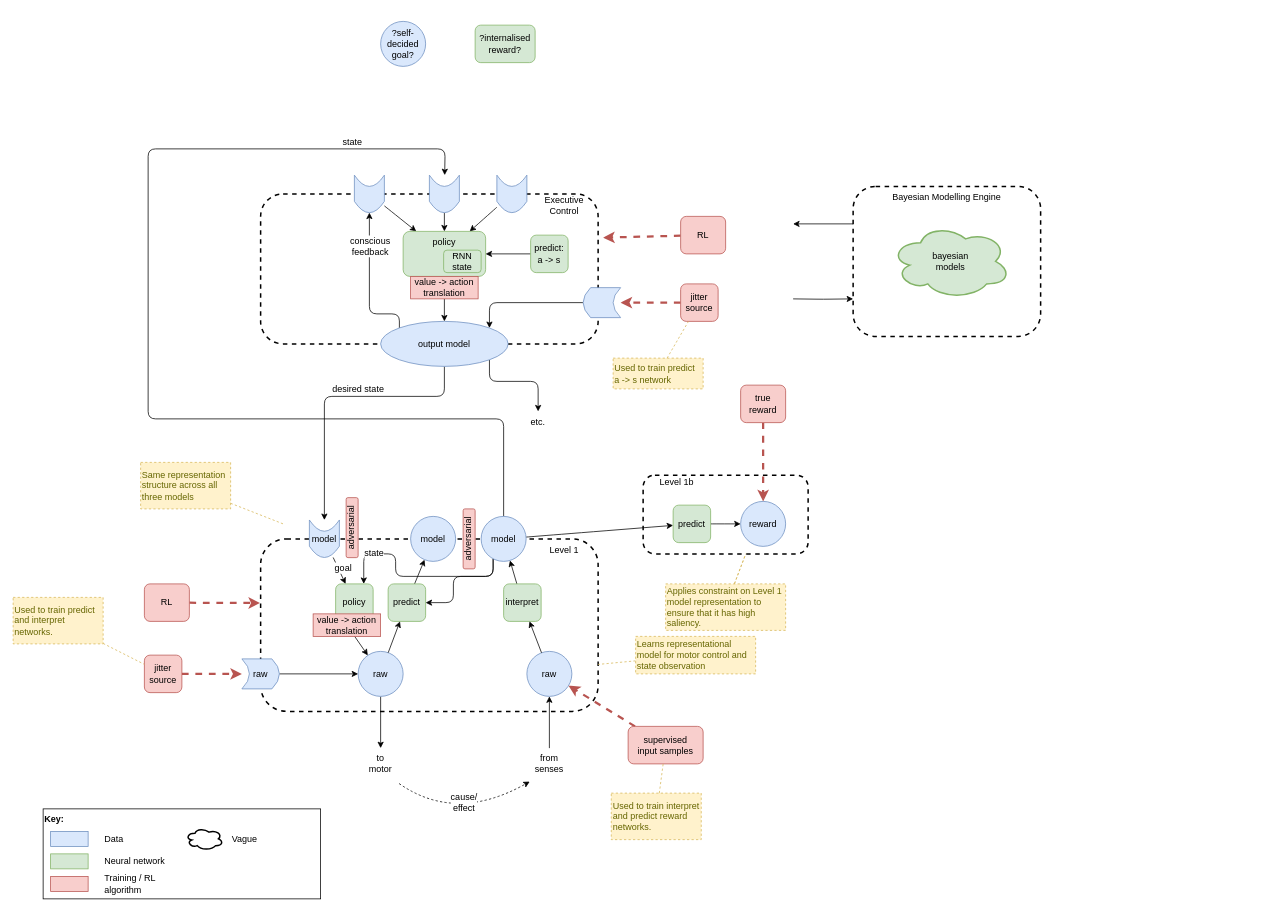
malcolmlett/malcolmlett.github.io keeps this draw.io diagram as page "complete" (1 of 4) of files/An-agi-architecture-v1.drawio. Above is the earlier version. Source tidied: cells renumbered, new cells numbered last; positions are measured from the earlier drawing's top-left corner, leaving out a move shared by most shapes. Both pictures are drawn from the tidied source at 75%, with x=0, y=0 at pixel (13, 21).
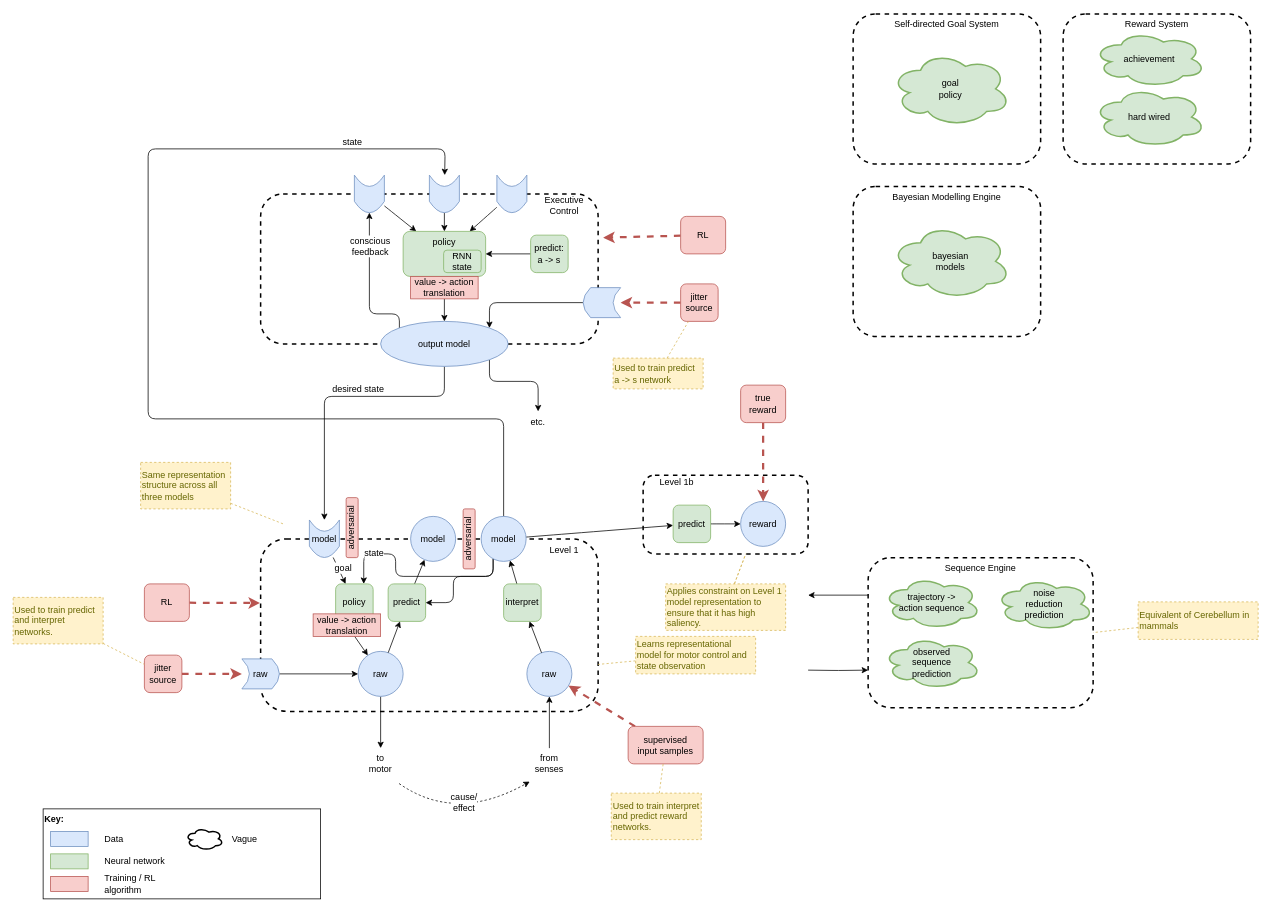
The same page after the edit.

Commit message (it also covers changes not shown here):
First section building up AGI architecture

Unchanged cells that the change refers to:
```xml
<mxCell id="99" value="Bayesian Modelling Engine" style="rounded=1;whiteSpace=wrap;html=1;fillColor=none;dashed=1;strokeWidth=2;align=center;horizontal=1;verticalAlign=top;" parent="1" vertex="1">
  <mxGeometry x="1120" y="220" width="250" height="200" as="geometry" />
</mxCell>
```

Diff of the diagram source:
```diff
@@
-    <mxCell id="89" value="?self-decided goal?" style="ellipse;whiteSpace=wrap;html=1;rounded=1;strokeWidth=1;fillColor=#dae8fc;strokeColor=#6c8ebf;" parent="1" vertex="1">
-      <mxGeometry x="490" width="60" height="60" as="geometry" />
-    </mxCell>
@@
-    <mxCell id="91" value="?internalised&lt;br&gt;reward?" style="rounded=1;whiteSpace=wrap;html=1;fillColor=#d5e8d4;strokeColor=#82b366;" parent="1" vertex="1">
-      <mxGeometry x="616" y="5" width="80" height="50" as="geometry" />
-    </mxCell>
@@
-    <mxCell id="98" style="edgeStyle=orthogonalEdgeStyle;rounded=1;jettySize=auto;html=1;endArrow=classic;endFill=1;strokeWidth=1;fontSize=12;fontColor=#000000;exitX=0;exitY=0.25;exitDx=0;exitDy=0;" parent="1" edge="1" source="99">
-      <mxGeometry relative="1" as="geometry">
-        <mxPoint x="1040" y="270" as="targetPoint" />
-      </mxGeometry>
-    </mxCell>
@@
-    <mxCell id="103" style="edgeStyle=orthogonalEdgeStyle;rounded=1;jettySize=auto;html=1;endArrow=classic;endFill=1;strokeWidth=1;fontSize=12;fontColor=#000000;exitX=0;exitY=0.75;exitDx=0;exitDy=0;entryX=0;entryY=0.75;entryDx=0;entryDy=0;" parent="1" edge="1" target="99">
-      <mxGeometry relative="1" as="geometry">
-        <mxPoint x="1040" y="370" as="sourcePoint" />
-      </mxGeometry>
-    </mxCell>
+    <mxCell id="104" style="edgeStyle=orthogonalEdgeStyle;rounded=1;jettySize=auto;html=1;endArrow=classic;endFill=1;strokeWidth=1;fontSize=12;fontColor=#000000;exitX=0;exitY=0.25;exitDx=0;exitDy=0;" parent="1" edge="1" source="105">
+      <mxGeometry relative="1" as="geometry">
+        <mxPoint x="1060" y="765" as="targetPoint" />
+      </mxGeometry>
+    </mxCell>
+    <mxCell id="105" value="Sequence Engine" style="rounded=1;whiteSpace=wrap;html=1;fillColor=none;dashed=1;strokeWidth=2;align=center;horizontal=1;verticalAlign=top;" parent="1" vertex="1">
+      <mxGeometry x="1140" y="715" width="300" height="200" as="geometry" />
+    </mxCell>
+    <mxCell id="106" value="trajectory -&amp;gt;&lt;br&gt;action sequence" style="ellipse;shape=cloud;whiteSpace=wrap;html=1;rounded=0;labelBackgroundColor=none;sketch=0;strokeColor=#82b366;strokeWidth=2;fillColor=#d5e8d4;fontSize=12;align=center;" parent="1" vertex="1">
+      <mxGeometry x="1160" y="740" width="130" height="70" as="geometry" />
+    </mxCell>
+    <mxCell id="107" style="edgeStyle=orthogonalEdgeStyle;rounded=1;jettySize=auto;html=1;endArrow=classic;endFill=1;strokeWidth=1;fontSize=12;fontColor=#000000;exitX=0;exitY=0.75;exitDx=0;exitDy=0;entryX=0;entryY=0.75;entryDx=0;entryDy=0;" parent="1" edge="1" target="105">
+      <mxGeometry relative="1" as="geometry">
+        <mxPoint x="1060" y="865" as="sourcePoint" />
+      </mxGeometry>
+    </mxCell>
+    <mxCell id="108" value="observed&lt;br&gt;sequence&lt;br&gt;prediction" style="ellipse;shape=cloud;whiteSpace=wrap;html=1;rounded=0;labelBackgroundColor=none;sketch=0;strokeColor=#82b366;strokeWidth=2;fillColor=#d5e8d4;fontSize=12;align=center;" parent="1" vertex="1">
+      <mxGeometry x="1160" y="820" width="130" height="70" as="geometry" />
+    </mxCell>
+    <mxCell id="109" value="noise&lt;br&gt;reduction&lt;br&gt;prediction" style="ellipse;shape=cloud;whiteSpace=wrap;html=1;rounded=0;labelBackgroundColor=none;sketch=0;strokeColor=#82b366;strokeWidth=2;fillColor=#d5e8d4;fontSize=12;align=center;" parent="1" vertex="1">
+      <mxGeometry x="1310" y="742" width="130" height="70" as="geometry" />
+    </mxCell>
+    <mxCell id="110" style="rounded=0;jumpStyle=arc;jettySize=auto;html=1;strokeWidth=1;fontColor=#666600;dashed=1;strokeColor=#d6b656;fillColor=#fff2cc;endArrow=none;endFill=0;entryX=1;entryY=0.5;entryDx=0;entryDy=0;" parent="1" edge="1" source="111" target="105">
+      <mxGeometry relative="1" as="geometry" />
+    </mxCell>
+    <mxCell id="111" value="Equivalent of Cerebellum in mammals" style="rounded=0;whiteSpace=wrap;html=1;align=left;fillColor=#fff2cc;strokeColor=#d6b656;fontColor=#666600;dashed=1;" parent="1" vertex="1">
+      <mxGeometry x="1500" y="774" width="160" height="50" as="geometry" />
+    </mxCell>
+    <mxCell id="112" value="Self-directed Goal System" style="rounded=1;whiteSpace=wrap;html=1;fillColor=none;dashed=1;strokeWidth=2;align=center;horizontal=1;verticalAlign=top;" parent="1" vertex="1">
+      <mxGeometry x="1120" y="-10" width="250" height="200" as="geometry" />
+    </mxCell>
+    <mxCell id="113" value="goal&lt;br&gt;policy" style="ellipse;shape=cloud;whiteSpace=wrap;html=1;rounded=0;labelBackgroundColor=none;sketch=0;strokeColor=#82b366;strokeWidth=2;fillColor=#d5e8d4;fontSize=12;align=center;" parent="1" vertex="1">
+      <mxGeometry x="1170" y="40" width="160" height="100" as="geometry" />
+    </mxCell>
+    <mxCell id="114" value="Reward System" style="rounded=1;whiteSpace=wrap;html=1;fillColor=none;dashed=1;strokeWidth=2;align=center;horizontal=1;verticalAlign=top;" parent="1" vertex="1">
+      <mxGeometry x="1400" y="-10" width="250" height="200" as="geometry" />
+    </mxCell>
+    <mxCell id="115" value="achievement" style="ellipse;shape=cloud;whiteSpace=wrap;html=1;rounded=0;labelBackgroundColor=none;sketch=0;strokeColor=#82b366;strokeWidth=2;fillColor=#d5e8d4;fontSize=12;align=center;" parent="1" vertex="1">
+      <mxGeometry x="1440" y="12.5" width="150" height="75" as="geometry" />
+    </mxCell>
+    <mxCell id="116" value="hard wired" style="ellipse;shape=cloud;whiteSpace=wrap;html=1;rounded=0;labelBackgroundColor=none;sketch=0;strokeColor=#82b366;strokeWidth=2;fillColor=#d5e8d4;fontSize=12;align=center;" parent="1" vertex="1">
+      <mxGeometry x="1440" y="87.5" width="150" height="80" as="geometry" />
+    </mxCell>
```
